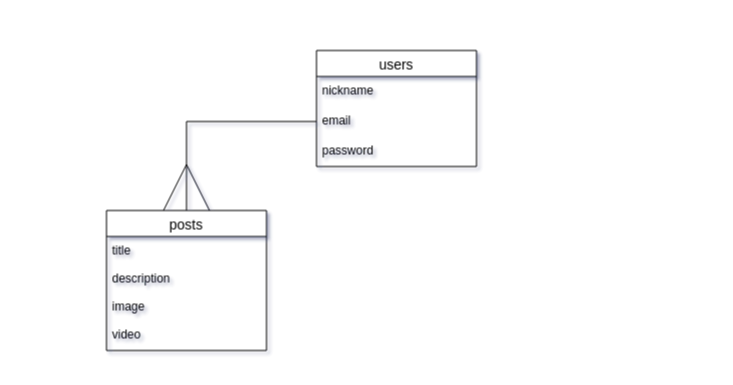
Above: original-app.dio in bhwi0015/originalapp (draw.io), before the change. Source tidied: cells renumbered, new cells numbered last; positions are measured from the earlier drawing's top-left corner, leaving out a move shared by most shapes. Both pictures are drawn from the tidied source at 100%, with x=0, y=0 at pixel (106, 50).
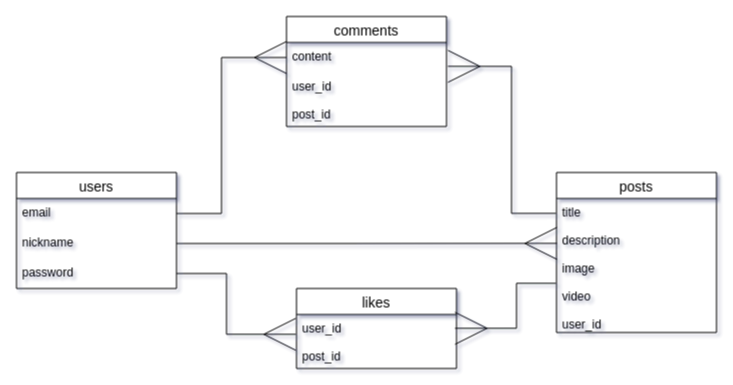
Above is the later version.

What changed in the source:
```diff
@@
 <mxGraphModel shadow="1">
   <root>
     <mxCell id="0" />
     <mxCell id="1" parent="0" />
     <mxCell id="2" value="users" style="swimlane;fontStyle=0;horizontal=1;startSize=26;align=center;fontSize=14;" parent="1" vertex="1">
-      <mxGeometry x="210" width="160" height="116" as="geometry" />
+      <mxGeometry x="-90" y="122" width="160" height="116" as="geometry" />
     </mxCell>
+    <mxCell id="4" value="email" style="text;strokeColor=none;fillColor=none;spacingLeft=4;spacingRight=4;overflow=hidden;points=[[0,0.5],[1,0.5]];portConstraint=eastwest;fontSize=12;" parent="2" vertex="1">
+      <mxGeometry y="26" width="160" height="30" as="geometry" />
+    </mxCell>
     <mxCell id="3" value="nickname" style="text;strokeColor=none;fillColor=none;spacingLeft=4;spacingRight=4;overflow=hidden;points=[[0,0.5],[1,0.5]];portConstraint=eastwest;fontSize=12;" parent="2" vertex="1">
-      <mxGeometry y="26" width="160" height="30" as="geometry" />
+      <mxGeometry y="56" width="160" height="30" as="geometry" />
     </mxCell>
-    <mxCell id="4" value="email" style="text;strokeColor=none;fillColor=none;spacingLeft=4;spacingRight=4;overflow=hidden;points=[[0,0.5],[1,0.5]];portConstraint=eastwest;fontSize=12;" parent="2" vertex="1">
-      <mxGeometry y="56" width="160" height="30" as="geometry" />
-    </mxCell>
     <mxCell id="5" value="password" style="text;strokeColor=none;fillColor=none;spacingLeft=4;spacingRight=4;overflow=hidden;points=[[0,0.5],[1,0.5]];portConstraint=eastwest;fontSize=12;" parent="2" vertex="1">
       <mxGeometry y="86" width="160" height="30" as="geometry" />
     </mxCell>
+    <mxCell id="9" style="edgeStyle=orthogonalEdgeStyle;rounded=0;jettySize=auto;html=1;entryX=1.009;entryY=0.795;entryDx=0;entryDy=0;entryPerimeter=0;endArrow=ERmany;endFill=0;endSize=30;exitX=-0.003;exitY=0.111;exitDx=0;exitDy=0;exitPerimeter=0;" parent="1" edge="1" source="7" target="11">
+      <mxGeometry relative="1" as="geometry" />
+    </mxCell>
     <mxCell id="6" value="posts" style="swimlane;fontStyle=0;horizontal=1;startSize=26;align=center;fontSize=14;" parent="1" vertex="1">
-      <mxGeometry y="160" width="160" height="140" as="geometry" />
+      <mxGeometry x="450" y="122" width="160" height="160" as="geometry" />
     </mxCell>
-    <mxCell id="7" value="title&#10;&#10;description&#10;&#10;image&#10;&#10;video" style="text;strokeColor=none;fillColor=none;spacingLeft=4;spacingRight=4;overflow=hidden;points=[[0,0.5],[1,0.5]];portConstraint=eastwest;fontSize=12;" parent="6" vertex="1">
-      <mxGeometry y="26" width="160" height="114" as="geometry" />
+    <mxCell id="7" value="title&#10;&#10;description&#10;&#10;image&#10;&#10;video&#10;&#10;user_id" style="text;strokeColor=none;fillColor=none;spacingLeft=4;spacingRight=4;overflow=hidden;points=[[0,0.5],[1,0.5]];portConstraint=eastwest;fontSize=12;" parent="6" vertex="1">
+      <mxGeometry y="26" width="160" height="134" as="geometry" />
     </mxCell>
-    <mxCell id="8" style="edgeStyle=orthogonalEdgeStyle;rounded=0;jettySize=auto;html=1;exitX=0;exitY=0.5;exitDx=0;exitDy=0;entryX=0.5;entryY=0;entryDx=0;entryDy=0;endArrow=ERmany;endFill=0;endSize=44;" parent="1" edge="1" source="4" target="6">
-      <mxGeometry relative="1" as="geometry" />
-    </mxCell>
+    <mxCell id="10" value="comments" style="swimlane;fontStyle=0;horizontal=1;startSize=26;align=center;fontSize=14;" parent="1" vertex="1">
+      <mxGeometry x="180" y="-34" width="160" height="110" as="geometry" />
+    </mxCell>
+    <mxCell id="11" value="content" style="text;strokeColor=none;fillColor=none;spacingLeft=4;spacingRight=4;overflow=hidden;points=[[0,0.5],[1,0.5]];portConstraint=eastwest;fontSize=12;" parent="10" vertex="1">
+      <mxGeometry y="26" width="160" height="30" as="geometry" />
+    </mxCell>
+    <mxCell id="12" value="user_id&#10;&#10;post_id" style="text;strokeColor=none;fillColor=none;spacingLeft=4;spacingRight=4;overflow=hidden;fontSize=12;" parent="10" vertex="1">
+      <mxGeometry y="56" width="160" height="54" as="geometry" />
+    </mxCell>
+    <mxCell id="13" value="likes" style="swimlane;fontStyle=0;horizontal=1;startSize=26;align=center;fontSize=14;" parent="1" vertex="1">
+      <mxGeometry x="190" y="238" width="160" height="80" as="geometry" />
+    </mxCell>
+    <mxCell id="14" value="user_id&#10;&#10;post_id&#10;" style="text;strokeColor=none;fillColor=none;spacingLeft=4;spacingRight=4;overflow=hidden;points=[[0,0.5],[1,0.5]];portConstraint=eastwest;fontSize=12;" parent="13" vertex="1">
+      <mxGeometry y="26" width="160" height="54" as="geometry" />
+    </mxCell>
+    <mxCell id="15" style="edgeStyle=orthogonalEdgeStyle;rounded=0;jettySize=auto;html=1;entryX=0.003;entryY=0.335;entryDx=0;entryDy=0;entryPerimeter=0;endArrow=ERmany;endFill=0;endSize=30;" parent="1" edge="1" source="3" target="7">
+      <mxGeometry relative="1" as="geometry" />
+    </mxCell>
+    <mxCell id="16" style="edgeStyle=orthogonalEdgeStyle;rounded=0;jettySize=auto;html=1;exitX=1;exitY=0.5;exitDx=0;exitDy=0;entryX=0;entryY=0.5;entryDx=0;entryDy=0;endArrow=ERmany;endFill=0;endSize=30;" parent="1" edge="1" source="4" target="11">
+      <mxGeometry relative="1" as="geometry" />
+    </mxCell>
+    <mxCell id="17" style="edgeStyle=orthogonalEdgeStyle;rounded=0;jettySize=auto;html=1;entryX=-0.004;entryY=0.367;entryDx=0;entryDy=0;entryPerimeter=0;endArrow=ERmany;endFill=0;endSize=30;" parent="1" edge="1" source="5" target="14">
+      <mxGeometry relative="1" as="geometry" />
+    </mxCell>
+    <mxCell id="18" style="edgeStyle=orthogonalEdgeStyle;rounded=0;jettySize=auto;html=1;entryX=0.991;entryY=0.256;entryDx=0;entryDy=0;entryPerimeter=0;endArrow=ERmany;endFill=0;endSize=30;exitX=-0.003;exitY=0.633;exitDx=0;exitDy=0;exitPerimeter=0;" parent="1" edge="1" source="7" target="14">
+      <mxGeometry relative="1" as="geometry" />
+    </mxCell>
   </root>
 </mxGraphModel>
```
